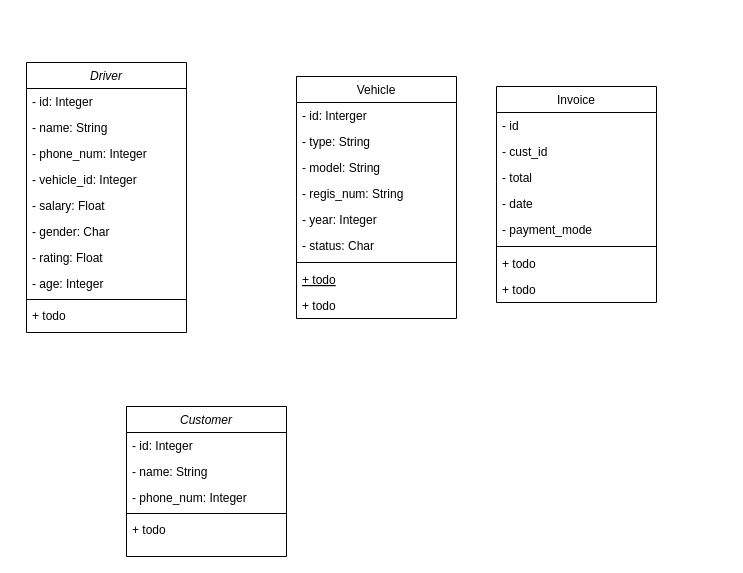
Before: Taxi Information Management System.drawio in Incomprehensibilitative/Taxi-Information-Management-System, a draw.io diagram. Source tidied: cells renumbered, new cells numbered last; positions are measured from the earlier drawing's top-left corner, leaving out a move shared by most shapes. Both pictures are drawn from the tidied source at 100%, with x=0, y=0 at pixel (26, 62).
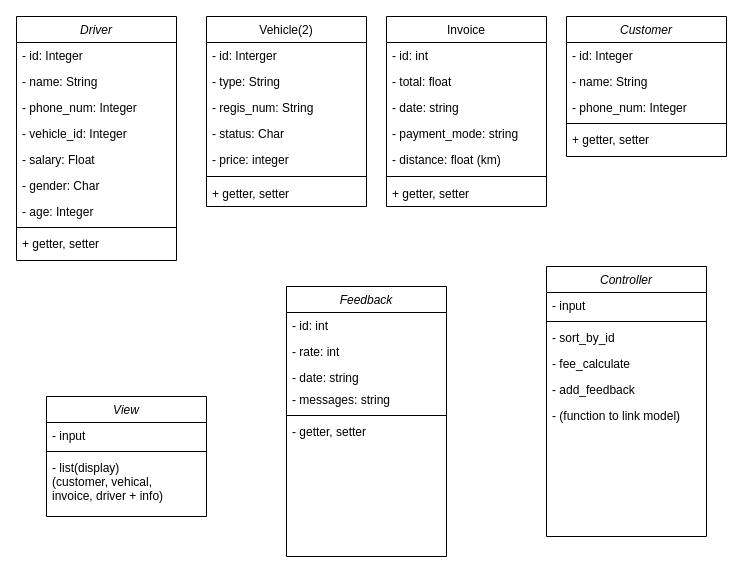
The same diagram, later.

What changed in the source:
```diff
@@
     <mxCell id="2" value="Driver" style="swimlane;fontStyle=2;align=center;verticalAlign=top;horizontal=1;startSize=26;rounded=0;shadow=0;strokeWidth=1;" parent="1" vertex="1">
-      <mxGeometry width="160" height="270" as="geometry" />
+      <mxGeometry x="-10" y="-46" width="160" height="244" as="geometry" />
     </mxCell>
@@
-    <mxCell id="9" value="- rating: Float" style="text;align=left;verticalAlign=top;spacingLeft=4;spacingRight=4;overflow=hidden;rounded=0;shadow=0;html=0;" parent="2" vertex="1">
-      <mxGeometry y="182" width="160" height="26" as="geometry" />
-    </mxCell>
     <mxCell id="10" value="- age: Integer" style="text;align=left;verticalAlign=top;spacingLeft=4;spacingRight=4;overflow=hidden;rounded=0;shadow=0;html=0;" parent="2" vertex="1">
-      <mxGeometry y="208" width="160" height="26" as="geometry" />
+      <mxGeometry y="182" width="160" height="26" as="geometry" />
     </mxCell>
     <mxCell id="11" style="line;html=1;strokeWidth=1;align=left;verticalAlign=middle;spacingTop=-1;spacingLeft=3;spacingRight=3;labelPosition=right;" parent="2" vertex="1">
-      <mxGeometry y="234" width="160" height="6" as="geometry" />
+      <mxGeometry y="208" width="160" height="6" as="geometry" />
     </mxCell>
-    <mxCell id="12" value="+ todo" style="text;align=left;verticalAlign=top;spacingLeft=4;spacingRight=4;overflow=hidden;" parent="2" vertex="1">
-      <mxGeometry y="240" width="160" height="26" as="geometry" />
+    <mxCell id="12" value="+ getter, setter" style="text;align=left;verticalAlign=top;spacingLeft=4;spacingRight=4;overflow=hidden;" parent="2" vertex="1">
+      <mxGeometry y="214" width="160" height="26" as="geometry" />
     </mxCell>
-    <mxCell id="13" value="Vehicle" style="swimlane;fontStyle=0;align=center;verticalAlign=top;horizontal=1;startSize=26;rounded=0;shadow=0;strokeWidth=1;" parent="1" vertex="1">
-      <mxGeometry x="270" y="14" width="160" height="242" as="geometry" />
+    <mxCell id="13" value="Vehicle(2)" style="swimlane;fontStyle=0;align=center;verticalAlign=top;horizontal=1;startSize=26;rounded=0;shadow=0;strokeWidth=1;" parent="1" vertex="1">
+      <mxGeometry x="180" y="-46" width="160" height="190" as="geometry" />
     </mxCell>
@@
-    <mxCell id="16" value="- model: String" style="text;align=left;verticalAlign=top;spacingLeft=4;spacingRight=4;overflow=hidden;rounded=0;shadow=0;html=0;" parent="13" vertex="1">
-      <mxGeometry y="78" width="160" height="26" as="geometry" />
-    </mxCell>
     <mxCell id="17" value="- regis_num: String" style="text;align=left;verticalAlign=top;spacingLeft=4;spacingRight=4;overflow=hidden;rounded=0;shadow=0;html=0;" parent="13" vertex="1">
-      <mxGeometry y="104" width="160" height="26" as="geometry" />
+      <mxGeometry y="78" width="160" height="26" as="geometry" />
     </mxCell>
-    <mxCell id="18" value="- year: Integer" style="text;align=left;verticalAlign=top;spacingLeft=4;spacingRight=4;overflow=hidden;rounded=0;shadow=0;html=0;" parent="13" vertex="1">
-      <mxGeometry y="130" width="160" height="26" as="geometry" />
-    </mxCell>
     <mxCell id="19" value="- status: Char" style="text;align=left;verticalAlign=top;spacingLeft=4;spacingRight=4;overflow=hidden;rounded=0;shadow=0;html=0;" parent="13" vertex="1">
-      <mxGeometry y="156" width="160" height="26" as="geometry" />
+      <mxGeometry y="104" width="160" height="26" as="geometry" />
     </mxCell>
+    <mxCell id="38" value="- price: integer" style="text;align=left;verticalAlign=top;spacingLeft=4;spacingRight=4;overflow=hidden;rounded=0;shadow=0;html=0;" parent="13" vertex="1">
+      <mxGeometry y="130" width="160" height="26" as="geometry" />
+    </mxCell>
     <mxCell id="20" style="line;html=1;strokeWidth=1;align=left;verticalAlign=middle;spacingTop=-1;spacingLeft=3;spacingRight=3;labelPosition=right;" parent="13" vertex="1">
-      <mxGeometry y="182" width="160" height="8" as="geometry" />
+      <mxGeometry y="156" width="160" height="8" as="geometry" />
     </mxCell>
-    <mxCell id="21" value="+ todo" style="text;align=left;verticalAlign=top;spacingLeft=4;spacingRight=4;overflow=hidden;fontStyle=4;" parent="13" vertex="1">
-      <mxGeometry y="190" width="160" height="26" as="geometry" />
+    <mxCell id="21" value="+ getter, setter" style="text;align=left;verticalAlign=top;spacingLeft=4;spacingRight=4;overflow=hidden;fontStyle=0;" parent="13" vertex="1">
+      <mxGeometry y="164" width="160" height="26" as="geometry" />
     </mxCell>
-    <mxCell id="22" value="+ todo" style="text;align=left;verticalAlign=top;spacingLeft=4;spacingRight=4;overflow=hidden;" parent="13" vertex="1">
-      <mxGeometry y="216" width="160" height="26" as="geometry" />
-    </mxCell>
     <mxCell id="23" value="Invoice" style="swimlane;fontStyle=0;align=center;verticalAlign=top;horizontal=1;startSize=26;rounded=0;shadow=0;strokeWidth=1;" parent="1" vertex="1">
-      <mxGeometry x="470" y="24" width="160" height="216" as="geometry" />
+      <mxGeometry x="360" y="-46" width="160" height="190" as="geometry" />
     </mxCell>
-    <mxCell id="24" value="- id" style="text;align=left;verticalAlign=top;spacingLeft=4;spacingRight=4;overflow=hidden;" parent="23" vertex="1">
+    <mxCell id="24" value="- id: int" style="text;align=left;verticalAlign=top;spacingLeft=4;spacingRight=4;overflow=hidden;" parent="23" vertex="1">
       <mxGeometry y="26" width="160" height="26" as="geometry" />
     </mxCell>
-    <mxCell id="25" value="- cust_id" style="text;align=left;verticalAlign=top;spacingLeft=4;spacingRight=4;overflow=hidden;rounded=0;shadow=0;html=0;" parent="23" vertex="1">
-      <mxGeometry y="52" width="160" height="26" as="geometry" />
-    </mxCell>
-    <mxCell id="26" value="- total" style="text;align=left;verticalAlign=top;spacingLeft=4;spacingRight=4;overflow=hidden;rounded=0;shadow=0;html=0;" parent="23" vertex="1">
-      <mxGeometry y="78" width="160" height="26" as="geometry" />
+    <mxCell id="26" value="- total: float" style="text;align=left;verticalAlign=top;spacingLeft=4;spacingRight=4;overflow=hidden;rounded=0;shadow=0;html=0;" parent="23" vertex="1">
+      <mxGeometry y="52" width="160" height="26" as="geometry" />
     </mxCell>
-    <mxCell id="27" value="- date" style="text;align=left;verticalAlign=top;spacingLeft=4;spacingRight=4;overflow=hidden;rounded=0;shadow=0;html=0;" parent="23" vertex="1">
-      <mxGeometry y="104" width="160" height="26" as="geometry" />
+    <mxCell id="27" value="- date: string" style="text;align=left;verticalAlign=top;spacingLeft=4;spacingRight=4;overflow=hidden;rounded=0;shadow=0;html=0;" parent="23" vertex="1">
+      <mxGeometry y="78" width="160" height="26" as="geometry" />
     </mxCell>
-    <mxCell id="28" value="- payment_mode" style="text;align=left;verticalAlign=top;spacingLeft=4;spacingRight=4;overflow=hidden;rounded=0;shadow=0;html=0;" parent="23" vertex="1">
-      <mxGeometry y="130" width="160" height="26" as="geometry" />
+    <mxCell id="28" value="- payment_mode: string" style="text;align=left;verticalAlign=top;spacingLeft=4;spacingRight=4;overflow=hidden;rounded=0;shadow=0;html=0;" parent="23" vertex="1">
+      <mxGeometry y="104" width="160" height="26" as="geometry" />
     </mxCell>
+    <mxCell id="39" value="- distance: float (km)" style="text;align=left;verticalAlign=top;spacingLeft=4;spacingRight=4;overflow=hidden;rounded=0;shadow=0;html=0;" parent="23" vertex="1">
+      <mxGeometry y="130" width="160" height="26" as="geometry" />
+    </mxCell>
@@
-    <mxCell id="30" value="+ todo" style="text;align=left;verticalAlign=top;spacingLeft=4;spacingRight=4;overflow=hidden;" parent="23" vertex="1">
+    <mxCell id="30" value="+ getter, setter" style="text;align=left;verticalAlign=top;spacingLeft=4;spacingRight=4;overflow=hidden;" parent="23" vertex="1">
       <mxGeometry y="164" width="160" height="26" as="geometry" />
     </mxCell>
-    <mxCell id="31" value="+ todo" style="text;align=left;verticalAlign=top;spacingLeft=4;spacingRight=4;overflow=hidden;" parent="23" vertex="1">
-      <mxGeometry y="190" width="160" height="26" as="geometry" />
-    </mxCell>
     <mxCell id="32" value="Customer" style="swimlane;fontStyle=2;align=center;verticalAlign=top;horizontal=1;startSize=26;rounded=0;shadow=0;strokeWidth=1;" parent="1" vertex="1">
-      <mxGeometry x="100" y="344" width="160" height="150" as="geometry" />
+      <mxGeometry x="540" y="-46" width="160" height="140" as="geometry" />
     </mxCell>
@@
-    <mxCell id="37" value="+ todo" style="text;align=left;verticalAlign=top;spacingLeft=4;spacingRight=4;overflow=hidden;" parent="32" vertex="1">
+    <mxCell id="37" value="+ getter, setter" style="text;align=left;verticalAlign=top;spacingLeft=4;spacingRight=4;overflow=hidden;" parent="32" vertex="1">
       <mxGeometry y="110" width="160" height="26" as="geometry" />
     </mxCell>
+    <mxCell id="40" value="Controller" style="swimlane;fontStyle=2;align=center;verticalAlign=top;horizontal=1;startSize=26;rounded=0;shadow=0;strokeWidth=1;" parent="1" vertex="1">
+      <mxGeometry x="520" y="204" width="160" height="270" as="geometry" />
+    </mxCell>
+    <mxCell id="41" value="- input" style="text;align=left;verticalAlign=top;spacingLeft=4;spacingRight=4;overflow=hidden;" parent="40" vertex="1">
+      <mxGeometry y="26" width="160" height="26" as="geometry" />
+    </mxCell>
+    <mxCell id="42" style="line;html=1;strokeWidth=1;align=left;verticalAlign=middle;spacingTop=-1;spacingLeft=3;spacingRight=3;labelPosition=right;" parent="40" vertex="1">
+      <mxGeometry y="52" width="160" height="6" as="geometry" />
+    </mxCell>
+    <mxCell id="43" value="- sort_by_id" style="text;align=left;verticalAlign=top;spacingLeft=4;spacingRight=4;overflow=hidden;" parent="40" vertex="1">
+      <mxGeometry y="58" width="160" height="26" as="geometry" />
+    </mxCell>
+    <mxCell id="44" value="- fee_calculate" style="text;align=left;verticalAlign=top;spacingLeft=4;spacingRight=4;overflow=hidden;" parent="40" vertex="1">
+      <mxGeometry y="84" width="160" height="26" as="geometry" />
+    </mxCell>
+    <mxCell id="45" value="- add_feedback" style="text;align=left;verticalAlign=top;spacingLeft=4;spacingRight=4;overflow=hidden;" parent="40" vertex="1">
+      <mxGeometry y="110" width="160" height="26" as="geometry" />
+    </mxCell>
+    <mxCell id="46" value="- (function to link model)" style="text;align=left;verticalAlign=top;spacingLeft=4;spacingRight=4;overflow=hidden;" parent="40" vertex="1">
+      <mxGeometry y="136" width="160" height="26" as="geometry" />
+    </mxCell>
+    <mxCell id="47" value="View" style="swimlane;fontStyle=2;align=center;verticalAlign=top;horizontal=1;startSize=26;rounded=0;shadow=0;strokeWidth=1;" parent="1" vertex="1">
+      <mxGeometry x="20" y="334" width="160" height="120" as="geometry" />
+    </mxCell>
+    <mxCell id="48" value="- input" style="text;align=left;verticalAlign=top;spacingLeft=4;spacingRight=4;overflow=hidden;" parent="47" vertex="1">
+      <mxGeometry y="26" width="160" height="26" as="geometry" />
+    </mxCell>
+    <mxCell id="49" style="line;html=1;strokeWidth=1;align=left;verticalAlign=middle;spacingTop=-1;spacingLeft=3;spacingRight=3;labelPosition=right;" parent="47" vertex="1">
+      <mxGeometry y="52" width="160" height="6" as="geometry" />
+    </mxCell>
+    <mxCell id="50" value="- list(display)&#10;(customer, vehical, &#10;invoice, driver + info)" style="text;align=left;verticalAlign=top;spacingLeft=4;spacingRight=4;overflow=hidden;" parent="47" vertex="1">
+      <mxGeometry y="58" width="160" height="52" as="geometry" />
+    </mxCell>
+    <mxCell id="51" value="Feedback" style="swimlane;fontStyle=2;align=center;verticalAlign=top;horizontal=1;startSize=26;rounded=0;shadow=0;strokeWidth=1;" parent="1" vertex="1">
+      <mxGeometry x="260" y="224" width="160" height="270" as="geometry" />
+    </mxCell>
+    <mxCell id="52" value="- id: int" style="text;align=left;verticalAlign=top;spacingLeft=4;spacingRight=4;overflow=hidden;" parent="51" vertex="1">
+      <mxGeometry y="26" width="160" height="26" as="geometry" />
+    </mxCell>
+    <mxCell id="53" value="- rate: int" style="text;align=left;verticalAlign=top;spacingLeft=4;spacingRight=4;overflow=hidden;" parent="51" vertex="1">
+      <mxGeometry y="52" width="160" height="26" as="geometry" />
+    </mxCell>
+    <mxCell id="54" value="- date: string" style="text;align=left;verticalAlign=top;spacingLeft=4;spacingRight=4;overflow=hidden;" parent="51" vertex="1">
+      <mxGeometry y="78" width="160" height="22" as="geometry" />
+    </mxCell>
+    <mxCell id="55" value="- messages: string" style="text;align=left;verticalAlign=top;spacingLeft=4;spacingRight=4;overflow=hidden;" parent="51" vertex="1">
+      <mxGeometry y="100" width="160" height="26" as="geometry" />
+    </mxCell>
+    <mxCell id="56" style="line;html=1;strokeWidth=1;align=left;verticalAlign=middle;spacingTop=-1;spacingLeft=3;spacingRight=3;labelPosition=right;" parent="51" vertex="1">
+      <mxGeometry y="126" width="160" height="6" as="geometry" />
+    </mxCell>
+    <mxCell id="57" value="- getter, setter&#10;" style="text;align=left;verticalAlign=top;spacingLeft=4;spacingRight=4;overflow=hidden;" parent="51" vertex="1">
+      <mxGeometry y="132" width="160" height="26" as="geometry" />
+    </mxCell>
```
